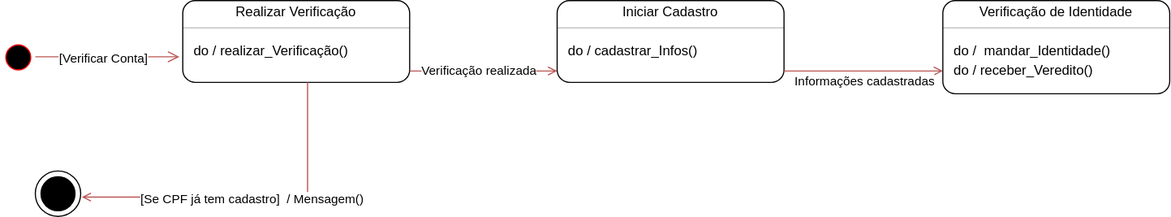
JesCat16/Projeto01_Modelagem_De_Software keeps this draw.io diagram as Estado_1.drawio.svg. Above is the earlier version. Source tidied: cells renumbered, new cells last; positions are measured from the earlier drawing's top-left corner, leaving out a move shared by most shapes.
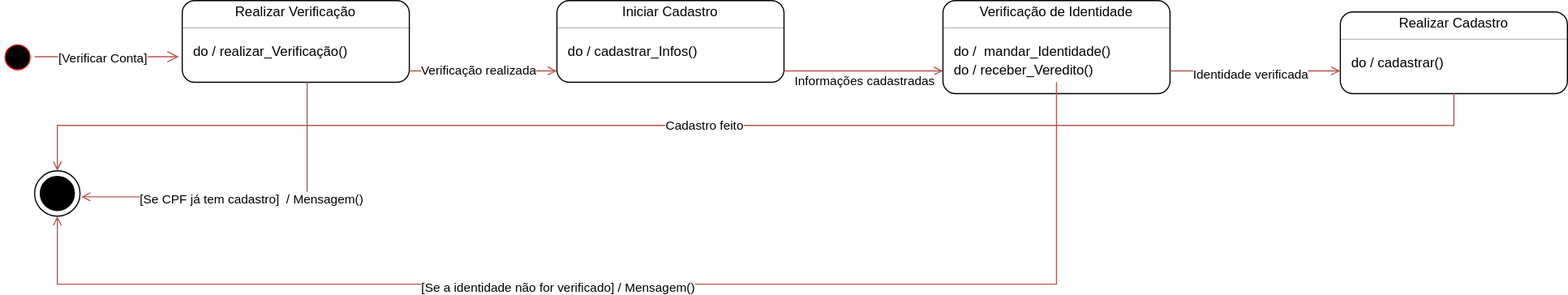
The same diagram one commit later.

Diff of the diagram source:
```diff
@@ -101,11 +101,61 @@
     <mxCell id="28" value="do /&amp;nbsp; mandar_Identidade()" style="html=1;align=left;spacingLeft=10;spacing=0;verticalAlign=middle;strokeColor=none;fillColor=none;whiteSpace=wrap;" parent="24" vertex="1">
       <mxGeometry y="38" width="200" height="14" as="geometry" />
     </mxCell>
+    <mxCell id="31" style="edgeStyle=orthogonalEdgeStyle;rounded=0;jettySize=auto;html=1;fillColor=#f8cecc;strokeColor=#b85450;endArrow=open;endFill=0;" parent="24" edge="1" source="29">
+      <mxGeometry relative="1" as="geometry">
+        <mxPoint x="350" y="62" as="targetPoint" />
+      </mxGeometry>
+    </mxCell>
+    <mxCell id="32" value="Identidade verificada" style="edgeLabel;html=1;align=center;verticalAlign=middle;" parent="31" vertex="1">
+      <mxGeometry x="-0.22" y="-2" relative="1" as="geometry">
+        <mxPoint x="11" as="offset" />
+      </mxGeometry>
+    </mxCell>
     <mxCell id="29" value="do / receber_Veredito()" style="html=1;align=left;spacing=0;spacingLeft=10;verticalAlign=middle;strokeColor=none;fillColor=none;whiteSpace=wrap;" parent="24" vertex="1">
       <mxGeometry y="52" width="200" height="20" as="geometry" />
     </mxCell>
     <mxCell id="30" style="html=1;align=left;spacing=0;spacingLeft=10;verticalAlign=middle;strokeColor=none;fillColor=none;whiteSpace=wrap;" parent="24" vertex="1">
       <mxGeometry y="72" width="200" height="10" as="geometry" />
     </mxCell>
+    <mxCell id="33" style="edgeStyle=orthogonalEdgeStyle;rounded=0;jettySize=auto;html=1;fillColor=#f8cecc;strokeColor=#b85450;endArrow=open;endFill=0;" parent="1" edge="1" source="29" target="13">
+      <mxGeometry relative="1" as="geometry">
+        <Array as="points">
+          <mxPoint x="930" y="250" />
+          <mxPoint x="50" y="250" />
+        </Array>
+      </mxGeometry>
+    </mxCell>
+    <mxCell id="34" value="[Se a identidade não for verificado] / Mensagem()" style="edgeLabel;html=1;align=center;verticalAlign=middle;" parent="33" vertex="1">
+      <mxGeometry x="0.11" y="2" relative="1" as="geometry" />
+    </mxCell>
+    <mxCell id="35" style="fontStyle=1;align=center;verticalAlign=middle;horizontal=1;rounded=1;absoluteArcSize=1;arcSize=22;" parent="1" vertex="1">
+      <mxGeometry x="1180" y="10" width="200" height="72" as="geometry" />
+    </mxCell>
+    <mxCell id="36" value="Realizar Cadastro" style="html=1;align=center;spacing=0;verticalAlign=middle;strokeColor=none;fillColor=none;whiteSpace=wrap;" parent="35" vertex="1">
+      <mxGeometry width="200" height="20" as="geometry" />
+    </mxCell>
+    <mxCell id="37" style="line;strokeWidth=0.25;fillColor=none;align=left;verticalAlign=middle;spacingTop=-1;spacingLeft=3;spacingRight=3;labelPosition=right;" parent="35" vertex="1">
+      <mxGeometry y="20" width="200" height="8" as="geometry" />
+    </mxCell>
+    <mxCell id="38" style="html=1;align=left;spacing=0;spacingLeft=10;verticalAlign=middle;strokeColor=none;fillColor=none;whiteSpace=wrap;" parent="35" vertex="1">
+      <mxGeometry y="28" width="200" height="10" as="geometry" />
+    </mxCell>
+    <mxCell id="39" value="do / cadastrar()" style="html=1;align=left;spacing=0;spacingLeft=10;verticalAlign=middle;strokeColor=none;fillColor=none;whiteSpace=wrap;" parent="35" vertex="1">
+      <mxGeometry y="38" width="200" height="14" as="geometry" />
+    </mxCell>
+    <mxCell id="40" style="html=1;align=left;spacing=0;spacingLeft=10;verticalAlign=middle;strokeColor=none;fillColor=none;whiteSpace=wrap;" parent="35" vertex="1">
+      <mxGeometry y="52" width="200" height="20" as="geometry" />
+    </mxCell>
+    <mxCell id="41" style="edgeStyle=orthogonalEdgeStyle;rounded=0;jettySize=auto;html=1;fillColor=#f8cecc;strokeColor=#b85450;endArrow=open;endFill=0;" parent="1" edge="1" source="40" target="13">
+      <mxGeometry relative="1" as="geometry">
+        <Array as="points">
+          <mxPoint x="1280" y="110" />
+          <mxPoint x="50" y="110" />
+        </Array>
+      </mxGeometry>
+    </mxCell>
+    <mxCell id="42" value="Cadastro feito" style="edgeLabel;html=1;align=center;verticalAlign=middle;" parent="41" vertex="1">
+      <mxGeometry x="0.06" y="-1" relative="1" as="geometry" />
+    </mxCell>
   </root>
 </mxGraphModel>
```
